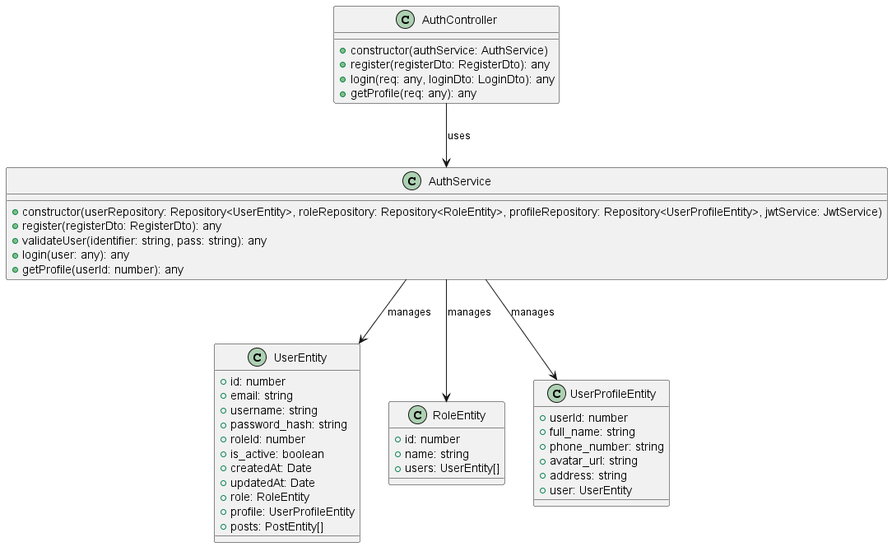
This is out/auth-controller-diagram/Auth Controller Diagram.png from YueTruong/VLURentingProject, a PlantUML export, as it was before one commit. Its diagram source:
```plantuml
@startuml Auth Controller Diagram

class AuthController {
  +constructor(authService: AuthService)
  +register(registerDto: RegisterDto): any
  +login(req: any, loginDto: LoginDto): any
  +getProfile(req: any): any
}

class AuthService {
  +constructor(userRepository: Repository<UserEntity>, roleRepository: Repository<RoleEntity>, profileRepository: Repository<UserProfileEntity>, jwtService: JwtService)
  +register(registerDto: RegisterDto): any
  +validateUser(identifier: string, pass: string): any
  +login(user: any): any
  +getProfile(userId: number): any
}

class UserEntity {
  +id: number
  +email: string
  +username: string
  +password_hash: string
  +roleId: number
  +is_active: boolean
  +createdAt: Date
  +updatedAt: Date
  +role: RoleEntity
  +profile: UserProfileEntity
  +posts: PostEntity[]
}

class RoleEntity {
  +id: number
  +name: string
  +users: UserEntity[]
}

class UserProfileEntity {
  +userId: number
  +full_name: string
  +phone_number: string
  +avatar_url: string
  +address: string
  +user: UserEntity
}

AuthController --> AuthService : uses
AuthService --> UserEntity : manages
AuthService --> RoleEntity : manages
AuthService --> UserProfileEntity : manages

@enduml
```
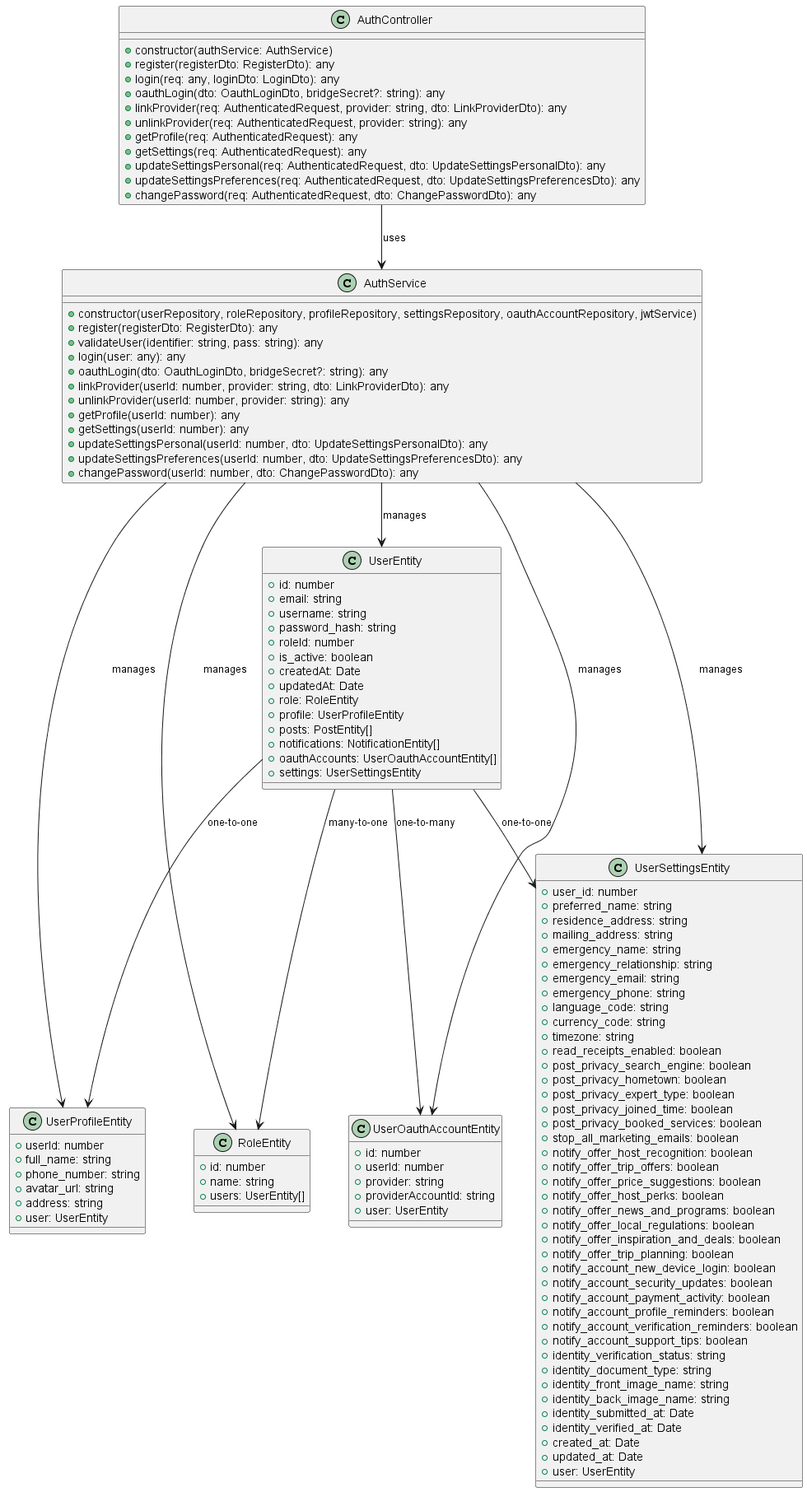
Above is the later version.

Change to the diagram source:
```diff
@@ -4,15 +4,29 @@
   +constructor(authService: AuthService)
   +register(registerDto: RegisterDto): any
   +login(req: any, loginDto: LoginDto): any
-  +getProfile(req: any): any
+  +oauthLogin(dto: OauthLoginDto, bridgeSecret?: string): any
+  +linkProvider(req: AuthenticatedRequest, provider: string, dto: LinkProviderDto): any
+  +unlinkProvider(req: AuthenticatedRequest, provider: string): any
+  +getProfile(req: AuthenticatedRequest): any
+  +getSettings(req: AuthenticatedRequest): any
+  +updateSettingsPersonal(req: AuthenticatedRequest, dto: UpdateSettingsPersonalDto): any
+  +updateSettingsPreferences(req: AuthenticatedRequest, dto: UpdateSettingsPreferencesDto): any
+  +changePassword(req: AuthenticatedRequest, dto: ChangePasswordDto): any
 }
 
 class AuthService {
-  +constructor(userRepository: Repository<UserEntity>, roleRepository: Repository<RoleEntity>, profileRepository: Repository<UserProfileEntity>, jwtService: JwtService)
+  +constructor(userRepository, roleRepository, profileRepository, settingsRepository, oauthAccountRepository, jwtService)
   +register(registerDto: RegisterDto): any
   +validateUser(identifier: string, pass: string): any
   +login(user: any): any
+  +oauthLogin(dto: OauthLoginDto, bridgeSecret?: string): any
+  +linkProvider(userId: number, provider: string, dto: LinkProviderDto): any
+  +unlinkProvider(userId: number, provider: string): any
   +getProfile(userId: number): any
+  +getSettings(userId: number): any
+  +updateSettingsPersonal(userId: number, dto: UpdateSettingsPersonalDto): any
+  +updateSettingsPreferences(userId: number, dto: UpdateSettingsPreferencesDto): any
+  +changePassword(userId: number, dto: ChangePasswordDto): any
 }
 
 class UserEntity {
@@ -27,6 +41,9 @@
   +role: RoleEntity
   +profile: UserProfileEntity
   +posts: PostEntity[]
+  +notifications: NotificationEntity[]
+  +oauthAccounts: UserOauthAccountEntity[]
+  +settings: UserSettingsEntity
 }
 
 class RoleEntity {
@@ -44,9 +61,67 @@
   +user: UserEntity
 }
 
+class UserSettingsEntity {
+  +user_id: number
+  +preferred_name: string
+  +residence_address: string
+  +mailing_address: string
+  +emergency_name: string
+  +emergency_relationship: string
+  +emergency_email: string
+  +emergency_phone: string
+  +language_code: string
+  +currency_code: string
+  +timezone: string
+  +read_receipts_enabled: boolean
+  +post_privacy_search_engine: boolean
+  +post_privacy_hometown: boolean
+  +post_privacy_expert_type: boolean
+  +post_privacy_joined_time: boolean
+  +post_privacy_booked_services: boolean
+  +stop_all_marketing_emails: boolean
+  +notify_offer_host_recognition: boolean
+  +notify_offer_trip_offers: boolean
+  +notify_offer_price_suggestions: boolean
+  +notify_offer_host_perks: boolean
+  +notify_offer_news_and_programs: boolean
+  +notify_offer_local_regulations: boolean
+  +notify_offer_inspiration_and_deals: boolean
+  +notify_offer_trip_planning: boolean
+  +notify_account_new_device_login: boolean
+  +notify_account_security_updates: boolean
+  +notify_account_payment_activity: boolean
+  +notify_account_profile_reminders: boolean
+  +notify_account_verification_reminders: boolean
+  +notify_account_support_tips: boolean
+  +identity_verification_status: string
+  +identity_document_type: string
+  +identity_front_image_name: string
+  +identity_back_image_name: string
+  +identity_submitted_at: Date
+  +identity_verified_at: Date
+  +created_at: Date
+  +updated_at: Date
+  +user: UserEntity
+}
+
+class UserOauthAccountEntity {
+  +id: number
+  +userId: number
+  +provider: string
+  +providerAccountId: string
+  +user: UserEntity
+}
+
 AuthController --> AuthService : uses
 AuthService --> UserEntity : manages
 AuthService --> RoleEntity : manages
 AuthService --> UserProfileEntity : manages
+AuthService --> UserSettingsEntity : manages
+AuthService --> UserOauthAccountEntity : manages
+UserEntity --> RoleEntity : many-to-one
+UserEntity --> UserProfileEntity : one-to-one
+UserEntity --> UserSettingsEntity : one-to-one
+UserEntity --> UserOauthAccountEntity : one-to-many
 
 @enduml
```
